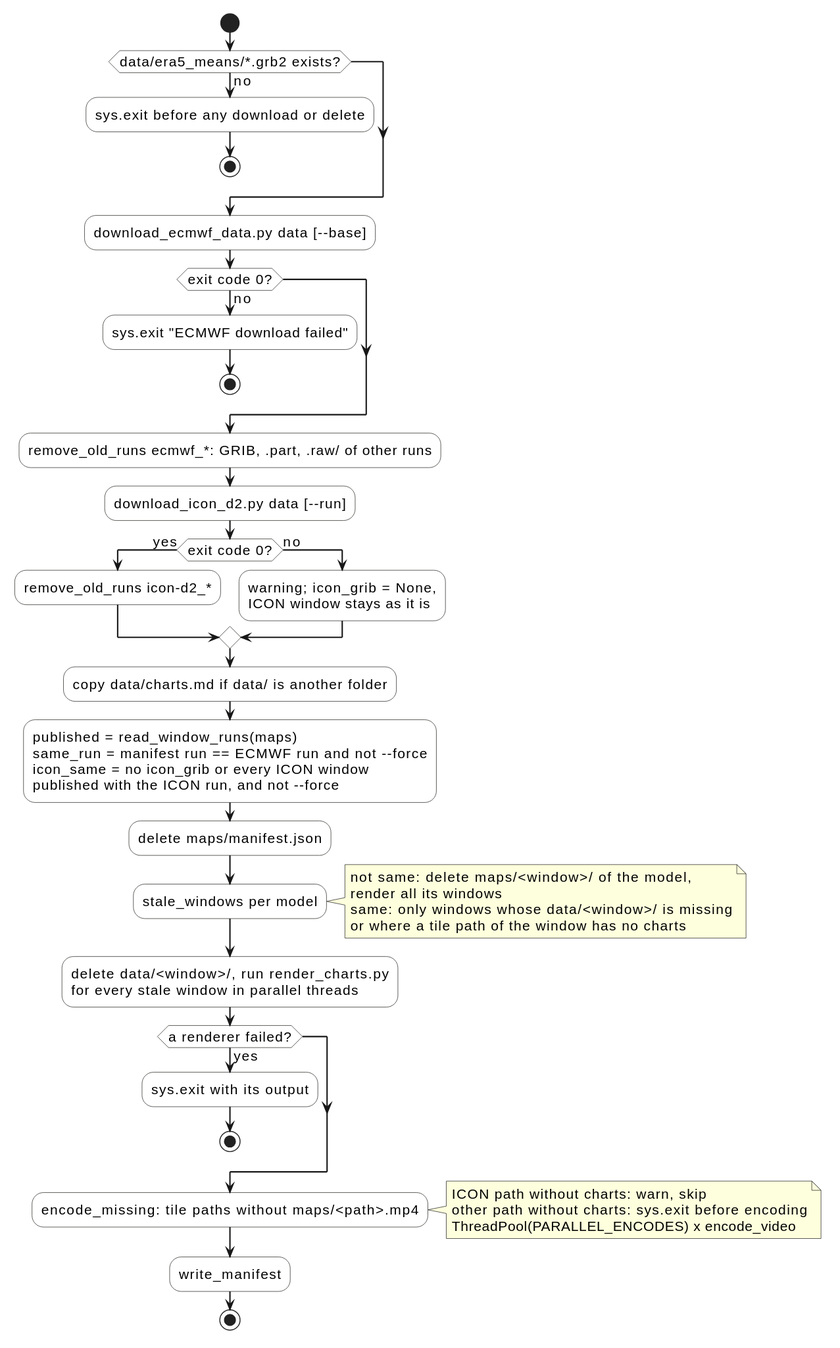
Above: docs/update_maps.svg in schletz/wetterkartenviewer (PlantUML), before the change. The source it was exported from:
```plantuml
@startuml
skinparam shadowing false
skinparam classAttributeIconSize 0
skinparam defaultFontSize 15
skinparam ArrowThickness 1.5
skinparam class {
  BackgroundColor #ffffff
  HeaderBackgroundColor #ededed
  BorderColor #1d1d1b
  BorderThickness 1.5
  FontStyle bold
}
skinparam stereotypeCBackgroundColor #d1ebf7
skinparam stereotypeABackgroundColor #fdebd1
skinparam stereotypeIBackgroundColor #e5f4f1
skinparam stereotypeEBackgroundColor #e5f1d9
skinparam component {
  BackgroundColor #ffffff
  BorderColor #1d1d1b
  BorderThickness 1.5
}
skinparam artifact {
  BackgroundColor #d1ebf7
  BorderColor #1d1d1b
}
skinparam folder {
  BackgroundColor #ffffff
  BorderColor #1d1d1b
}
skinparam node {
  BackgroundColor #ededed
  BorderColor #1d1d1b
}
skinparam cloud {
  BackgroundColor #fdebd1
  BorderColor #1d1d1b
}
skinparam activity {
  BackgroundColor #ffffff
  BorderColor #1d1d1b
}
skinparam nodesep 15
skinparam ranksep 30
start
if (data/era5_means/*.grb2 exists?) then (no)
 :sys.exit before any download or delete;
 stop
endif
:download_ecmwf_data.py data [--base];
if (exit code 0?) then (no)
 :sys.exit "ECMWF download failed";
 stop
endif
:remove_old_runs ecmwf_*: GRIB, .part, .raw/ of other runs;
:download_icon_d2.py data [--run];
if (exit code 0?) then (yes)
 :remove_old_runs icon-d2_*;
else (no)
 :warning; icon_grib = None,
 ICON window stays as it is;
endif
:copy data/charts.md if data/ is another folder;
:published = read_window_runs(maps)
same_run = manifest run == ECMWF run and not --force
icon_same = no icon_grib or every ICON window
published with the ICON run, and not --force;
:delete maps/manifest.json;
:stale_windows per model;
note right
 not same: delete maps/<window>/ of the model,
 render all its windows
 same: only windows whose data/<window>/ is missing
 or where a tile path of the window has no charts
end note
:delete data/<window>/, run render_charts.py
for every stale window in parallel threads;
if (a renderer failed?) then (yes)
 :sys.exit with its output;
 stop
endif
:encode_missing: tile paths without maps/<path>.mp4;
note right
 ICON path without charts: warn, skip
 other path without charts: sys.exit before encoding
 ThreadPool(PARALLEL_ENCODES) x encode_video
end note
:write_manifest;
stop
@enduml
```
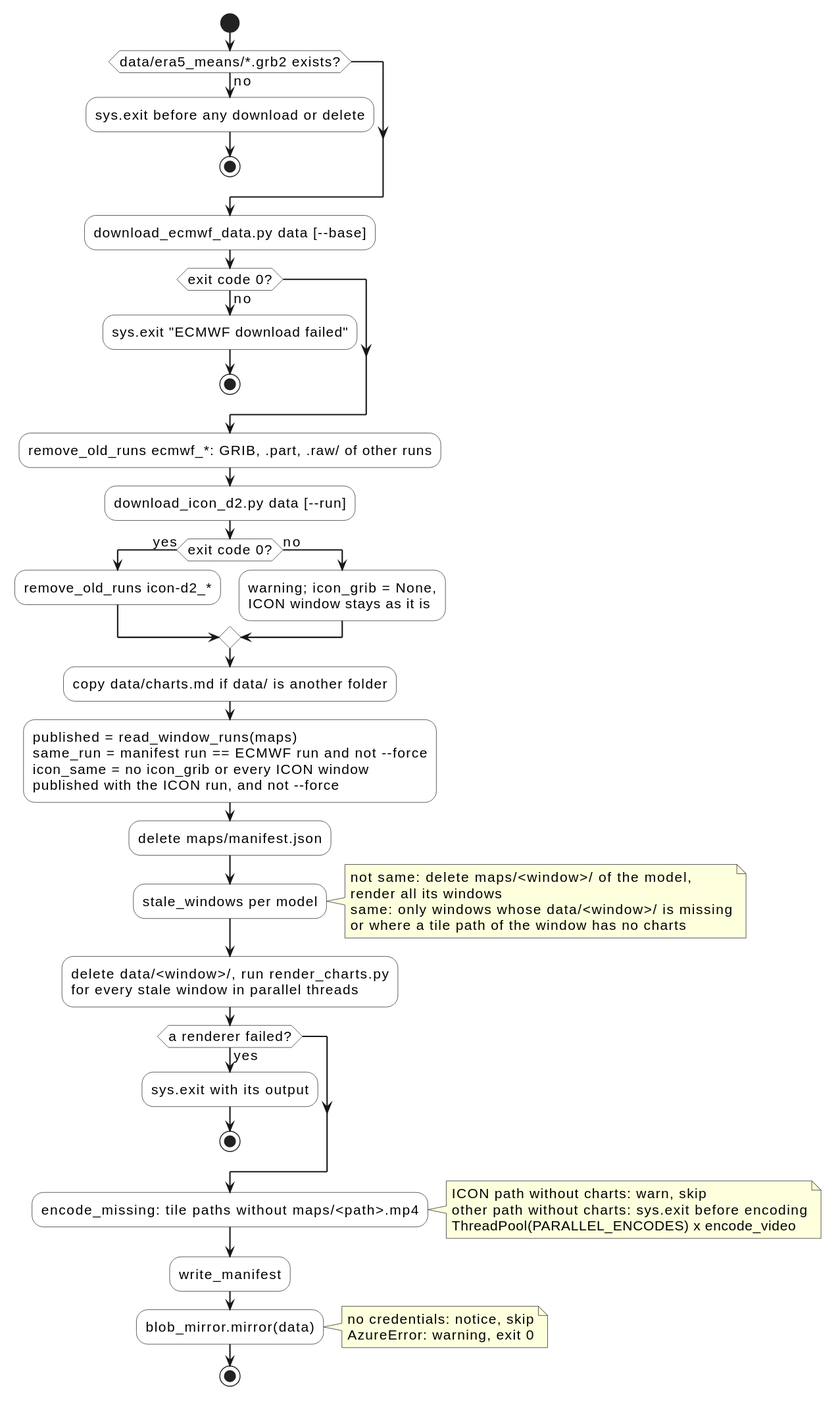
Later version of the same file.

Commit message:
Mirror data/ to the Azure blob container of the synop skill

Diff of the diagram source:
```diff
@@ -85,5 +85,10 @@
  ThreadPool(PARALLEL_ENCODES) x encode_video
 end note
 :write_manifest;
+:blob_mirror.mirror(data);
+note right
+ no credentials: notice, skip
+ AzureError: warning, exit 0
+end note
 stop
 @enduml
```
